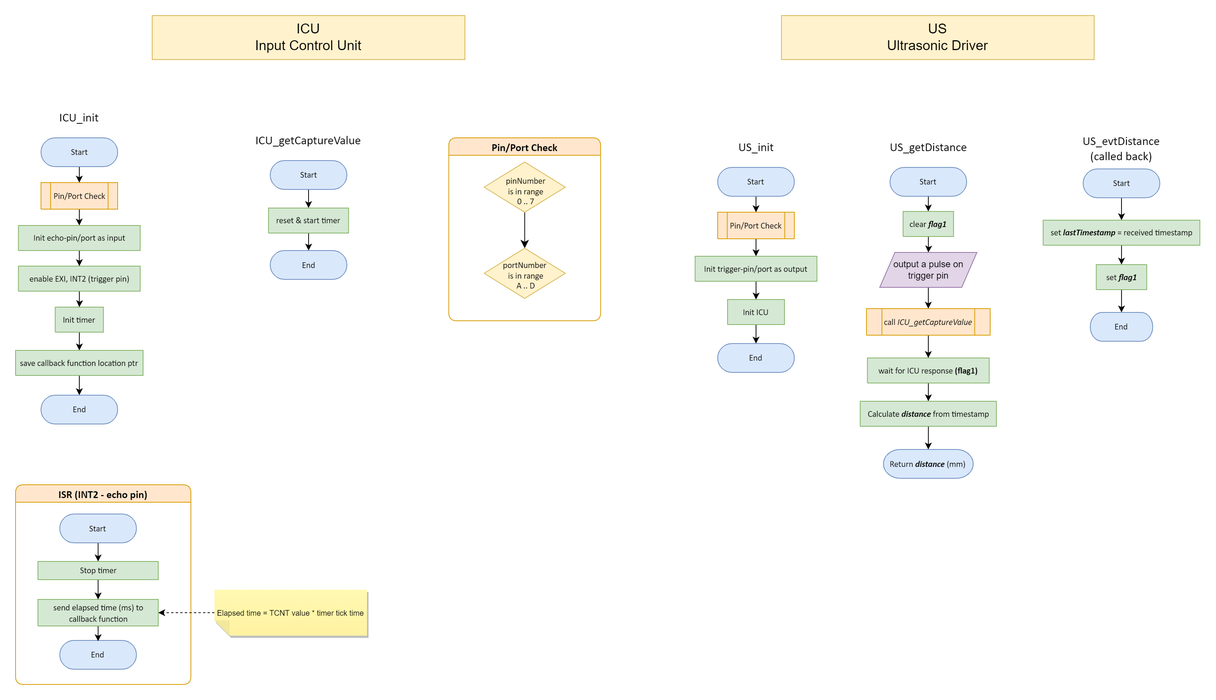
This is Embedded SW Design/S_STATIC_03 - Design an obstacle avoidance car/Flowcharts/Flowcharts - Images/ICU and US.drawio.png from HossamElwahsh/sprints-automotive, a draw.io export, as it was before one commit. Source tidied: cells renumbered, new cells last; positions are measured from the earlier drawing's top-left corner, leaving out a move shared by most shapes.
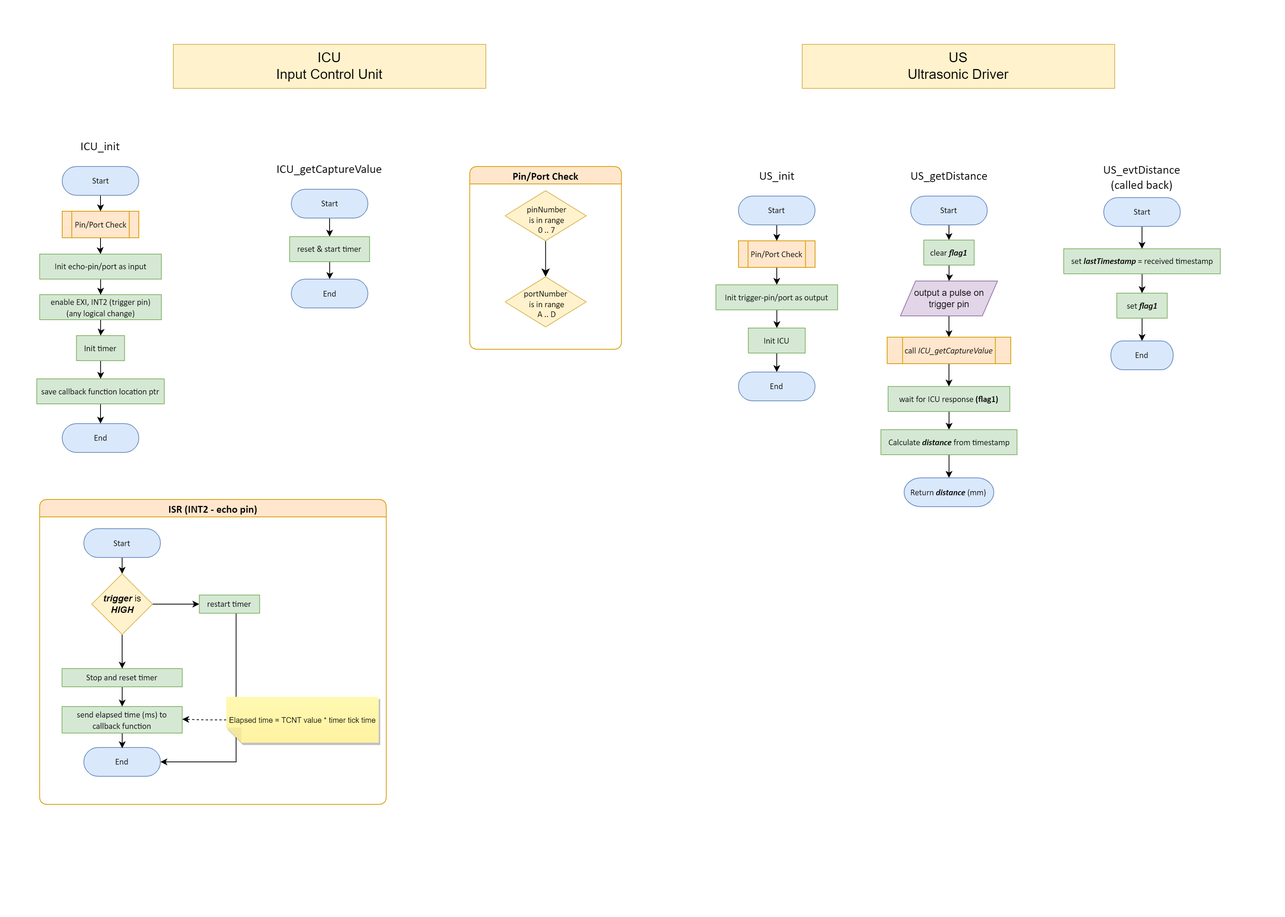
The same file after the commit.

Commit message:
update: ICU flowcharts

Change to the diagram source:
```diff
@@ -119,35 +119,56 @@
       <mxGeometry x="335.5" y="309.5" width="101" height="38" as="geometry" />
     </mxCell>
     <mxCell id="40" value="&lt;span style=&quot;font-size: 14px;&quot;&gt;ISR (INT2 - echo pin)&lt;/span&gt;" style="swimlane;whiteSpace=wrap;html=1;rounded=1;fontSize=16;fontFamily=Calibri;fillColor=#ffe6cc;strokeColor=#d79b00;" parent="1" vertex="1">
-      <mxGeometry y="618" width="231" height="263" as="geometry" />
+      <mxGeometry x="3.8" y="600" width="457" height="402" as="geometry" />
     </mxCell>
-    <mxCell id="41" style="edgeStyle=orthogonalEdgeStyle;rounded=0;jettySize=auto;html=1;entryX=0.5;entryY=0;entryDx=0;entryDy=0;entryPerimeter=0;" parent="40" edge="1" source="42" target="47">
-      <mxGeometry relative="1" as="geometry" />
-    </mxCell>
+    <mxCell id="80" style="edgeStyle=orthogonalEdgeStyle;rounded=0;jettySize=auto;html=1;entryX=1;entryY=0.5;entryDx=0;entryDy=0;entryPerimeter=0;" parent="40" edge="1" source="85" target="43">
+      <mxGeometry relative="1" as="geometry">
+        <Array as="points">
+          <mxPoint x="259" y="346" />
+        </Array>
+      </mxGeometry>
+    </mxCell>
+    <mxCell id="81" style="edgeStyle=orthogonalEdgeStyle;rounded=0;jettySize=auto;html=1;" parent="40" edge="1" source="42" target="84">
+      <mxGeometry relative="1" as="geometry" />
+    </mxCell>
     <mxCell id="42" value="&lt;div style=&quot;font-size: 1px&quot;&gt;&lt;font style=&quot;font-size: 11.29px; direction: ltr; letter-spacing: 0px; line-height: 120%; opacity: 1;&quot;&gt;Start&lt;br&gt;&lt;/font&gt;&lt;/div&gt;" style="verticalAlign=middle;align=center;overflow=width;vsdxID=30;fillColor=#dae8fc;shape=(stored shape, 240 characters);strokeColor=#6c8ebf;spacingTop=-1;spacingBottom=-1;spacingLeft=-1;spacingRight=-1;points=[[0.5,1,0],[0.5,0,0],[0,0.5,0],[1,0.5,0]];labelBackgroundColor=none;rounded=1;html=1;whiteSpace=wrap;fontFamily=Calibri;" parent="40" vertex="1">
       <mxGeometry x="58.2" y="38.5" width="101" height="38" as="geometry" />
     </mxCell>
     <mxCell id="43" value="&lt;div style=&quot;font-size: 1px&quot;&gt;&lt;font style=&quot;font-size: 11.29px; direction: ltr; letter-spacing: 0px; line-height: 120%; opacity: 1;&quot;&gt;End&lt;br&gt;&lt;/font&gt;&lt;/div&gt;" style="verticalAlign=middle;align=center;overflow=width;vsdxID=30;fillColor=#dae8fc;shape=(stored shape, 240 characters);strokeColor=#6c8ebf;spacingTop=-1;spacingBottom=-1;spacingLeft=-1;spacingRight=-1;points=[[0.5,1,0],[0.5,0,0],[0,0.5,0],[1,0.5,0]];labelBackgroundColor=none;rounded=1;html=1;whiteSpace=wrap;fontFamily=Calibri;flipV=1;" parent="40" vertex="1">
-      <mxGeometry x="58.2" y="205" width="101" height="38" as="geometry" />
+      <mxGeometry x="58.2" y="327" width="101" height="38" as="geometry" />
     </mxCell>
     <mxCell id="44" style="edgeStyle=orthogonalEdgeStyle;rounded=0;jettySize=auto;html=1;entryX=0.504;entryY=0.974;entryDx=0;entryDy=0;entryPerimeter=0;" parent="40" edge="1" source="45" target="43">
       <mxGeometry relative="1" as="geometry" />
     </mxCell>
     <mxCell id="45" value="&lt;span style=&quot;font-size: 11.29px;&quot;&gt;send elapsed time (ms) to&lt;br&gt;callback function&lt;br&gt;&lt;/span&gt;" style="verticalAlign=middle;align=center;overflow=width;vsdxID=274;fillColor=#d5e8d4;shape=(stored shape, 160 characters);strokeColor=#82b366;spacingTop=-1;spacingBottom=-1;spacingLeft=-1;spacingRight=-1;points=[[0,0.5,0],[1,0.5,0],[0.5,1,0],[0.5,0,0]];labelBackgroundColor=none;rounded=1;html=1;whiteSpace=wrap;fontFamily=Calibri;" parent="40" vertex="1">
-      <mxGeometry x="29.5" y="151" width="158.5" height="35" as="geometry" />
+      <mxGeometry x="29.5" y="273" width="158.5" height="35" as="geometry" />
     </mxCell>
     <mxCell id="46" style="edgeStyle=orthogonalEdgeStyle;rounded=0;jettySize=auto;html=1;entryX=0.5;entryY=0;entryDx=0;entryDy=0;entryPerimeter=0;" parent="40" edge="1" source="47" target="45">
       <mxGeometry relative="1" as="geometry" />
     </mxCell>
-    <mxCell id="47" value="&lt;span style=&quot;font-size: 11.29px;&quot;&gt;Stop timer&lt;br&gt;&lt;/span&gt;" style="verticalAlign=middle;align=center;overflow=width;vsdxID=274;fillColor=#d5e8d4;shape=(stored shape, 160 characters);strokeColor=#82b366;spacingTop=-1;spacingBottom=-1;spacingLeft=-1;spacingRight=-1;points=[[0,0.5,0],[1,0.5,0],[0.5,1,0],[0.5,0,0]];labelBackgroundColor=none;rounded=1;html=1;whiteSpace=wrap;fontFamily=Calibri;" parent="40" vertex="1">
-      <mxGeometry x="29.5" y="101" width="158.5" height="24" as="geometry" />
+    <mxCell id="47" value="&lt;span style=&quot;font-size: 11.29px;&quot;&gt;Stop and reset timer&lt;br&gt;&lt;/span&gt;" style="verticalAlign=middle;align=center;overflow=width;vsdxID=274;fillColor=#d5e8d4;shape=(stored shape, 160 characters);strokeColor=#82b366;spacingTop=-1;spacingBottom=-1;spacingLeft=-1;spacingRight=-1;points=[[0,0.5,0],[1,0.5,0],[0.5,1,0],[0.5,0,0]];labelBackgroundColor=none;rounded=1;html=1;whiteSpace=wrap;fontFamily=Calibri;" parent="40" vertex="1">
+      <mxGeometry x="29.5" y="223" width="158.5" height="24" as="geometry" />
     </mxCell>
+    <mxCell id="82" style="edgeStyle=orthogonalEdgeStyle;rounded=0;jettySize=auto;html=1;" parent="40" edge="1" source="84" target="85">
+      <mxGeometry relative="1" as="geometry" />
+    </mxCell>
+    <mxCell id="83" style="edgeStyle=orthogonalEdgeStyle;rounded=0;jettySize=auto;html=1;" parent="40" edge="1" source="84" target="47">
+      <mxGeometry relative="1" as="geometry" />
+    </mxCell>
+    <mxCell id="84" value="&lt;b&gt;&lt;i&gt;trigger&lt;/i&gt;&lt;/b&gt; is &lt;b&gt;&lt;i&gt;HIGH&lt;/i&gt;&lt;/b&gt;" style="rhombus;whiteSpace=wrap;html=1;fillColor=#fff2cc;strokeColor=#d6b656;" parent="40" vertex="1">
+      <mxGeometry x="68.8" y="98" width="80" height="80" as="geometry" />
+    </mxCell>
-    <mxCell id="48" style="edgeStyle=orthogonalEdgeStyle;rounded=0;jettySize=auto;html=1;entryX=1;entryY=0.5;entryDx=0;entryDy=0;entryPerimeter=0;dashed=1;" parent="1" edge="1" source="49" target="45">
-      <mxGeometry relative="1" as="geometry" />
+    <mxCell id="48" style="edgeStyle=orthogonalEdgeStyle;rounded=0;jettySize=auto;html=1;dashed=1;" parent="40" edge="1" source="49">
+      <mxGeometry relative="1" as="geometry">
+        <mxPoint x="188" y="289.8" as="targetPoint" />
+      </mxGeometry>
     </mxCell>
-    <mxCell id="49" value="&lt;font style=&quot;font-size: 10px;&quot;&gt;Elapsed time = TCNT value * timer tick time&lt;/font&gt;" style="shape=note;whiteSpace=wrap;html=1;backgroundOutline=1;fontColor=#000000;darkOpacity=0.05;fillColor=#FFF9B2;strokeColor=none;fillStyle=solid;direction=west;gradientDirection=north;gradientColor=#FFF2A1;shadow=1;size=20;" parent="1" vertex="1">
-      <mxGeometry x="262" y="756.2" width="201" height="60.5" as="geometry" />
+    <mxCell id="49" value="&lt;font style=&quot;font-size: 10px;&quot;&gt;Elapsed time = TCNT value * timer tick time&lt;/font&gt;" style="shape=note;whiteSpace=wrap;html=1;backgroundOutline=1;fontColor=#000000;darkOpacity=0.05;fillColor=#FFF9B2;strokeColor=none;fillStyle=solid;direction=west;gradientDirection=north;gradientColor=#FFF2A1;shadow=1;size=20;" parent="40" vertex="1">
+      <mxGeometry x="246" y="260.2" width="201" height="60.5" as="geometry" />
     </mxCell>
+    <mxCell id="85" value="&lt;span style=&quot;font-size: 11.29px;&quot;&gt;restart timer&lt;br&gt;&lt;/span&gt;" style="verticalAlign=middle;align=center;overflow=width;vsdxID=274;fillColor=#d5e8d4;shape=(stored shape, 160 characters);strokeColor=#82b366;spacingTop=-1;spacingBottom=-1;spacingLeft=-1;spacingRight=-1;points=[[0,0.5,0],[1,0.5,0],[0.5,1,0],[0.5,0,0]];labelBackgroundColor=none;rounded=1;html=1;whiteSpace=wrap;fontFamily=Calibri;" parent="40" vertex="1">
+      <mxGeometry x="210.5" y="126" width="79.5" height="24" as="geometry" />
+    </mxCell>
     <mxCell id="50" style="rounded=1;fontColor=#000000;fontFamily=Calibri;" parent="1" vertex="1">
       <mxGeometry x="1268.8" y="436" as="geometry" />
     </mxCell>
@@ -229,7 +250,7 @@
     <mxCell id="76" style="edgeStyle=orthogonalEdgeStyle;rounded=0;jettySize=auto;html=1;entryX=0.5;entryY=0;entryDx=0;entryDy=0;entryPerimeter=0;" parent="1" edge="1" source="77" target="27">
       <mxGeometry relative="1" as="geometry" />
     </mxCell>
-    <mxCell id="77" value="&lt;div style=&quot;&quot;&gt;&lt;span style=&quot;font-size: 11.29px;&quot;&gt;enable EXI, INT2 (trigger pin)&lt;/span&gt;&lt;/div&gt;" style="verticalAlign=middle;align=center;overflow=width;vsdxID=274;fillColor=#d5e8d4;shape=(stored shape, 160 characters);strokeColor=#82b366;spacingTop=-1;spacingBottom=-1;spacingLeft=-1;spacingRight=-1;points=[[0,0.5,0],[1,0.5,0],[0.5,1,0],[0.5,0,0]];labelBackgroundColor=none;rounded=1;html=1;whiteSpace=wrap;fontFamily=Calibri;" parent="1" vertex="1">
+    <mxCell id="77" value="&lt;div style=&quot;&quot;&gt;&lt;span style=&quot;font-size: 11.29px;&quot;&gt;enable EXI, INT2 (trigger pin)&lt;br&gt;(any logical change)&lt;/span&gt;&lt;/div&gt;" style="verticalAlign=middle;align=center;overflow=width;vsdxID=274;fillColor=#d5e8d4;shape=(stored shape, 160 characters);strokeColor=#82b366;spacingTop=-1;spacingBottom=-1;spacingLeft=-1;spacingRight=-1;points=[[0,0.5,0],[1,0.5,0],[0.5,1,0],[0.5,0,0]];labelBackgroundColor=none;rounded=1;html=1;whiteSpace=wrap;fontFamily=Calibri;" parent="1" vertex="1">
       <mxGeometry x="3.8" y="330" width="160.5" height="33" as="geometry" />
     </mxCell>
     <mxCell id="78" style="edgeStyle=orthogonalEdgeStyle;rounded=0;jettySize=auto;html=1;" parent="1" edge="1" source="79" target="77">
```
